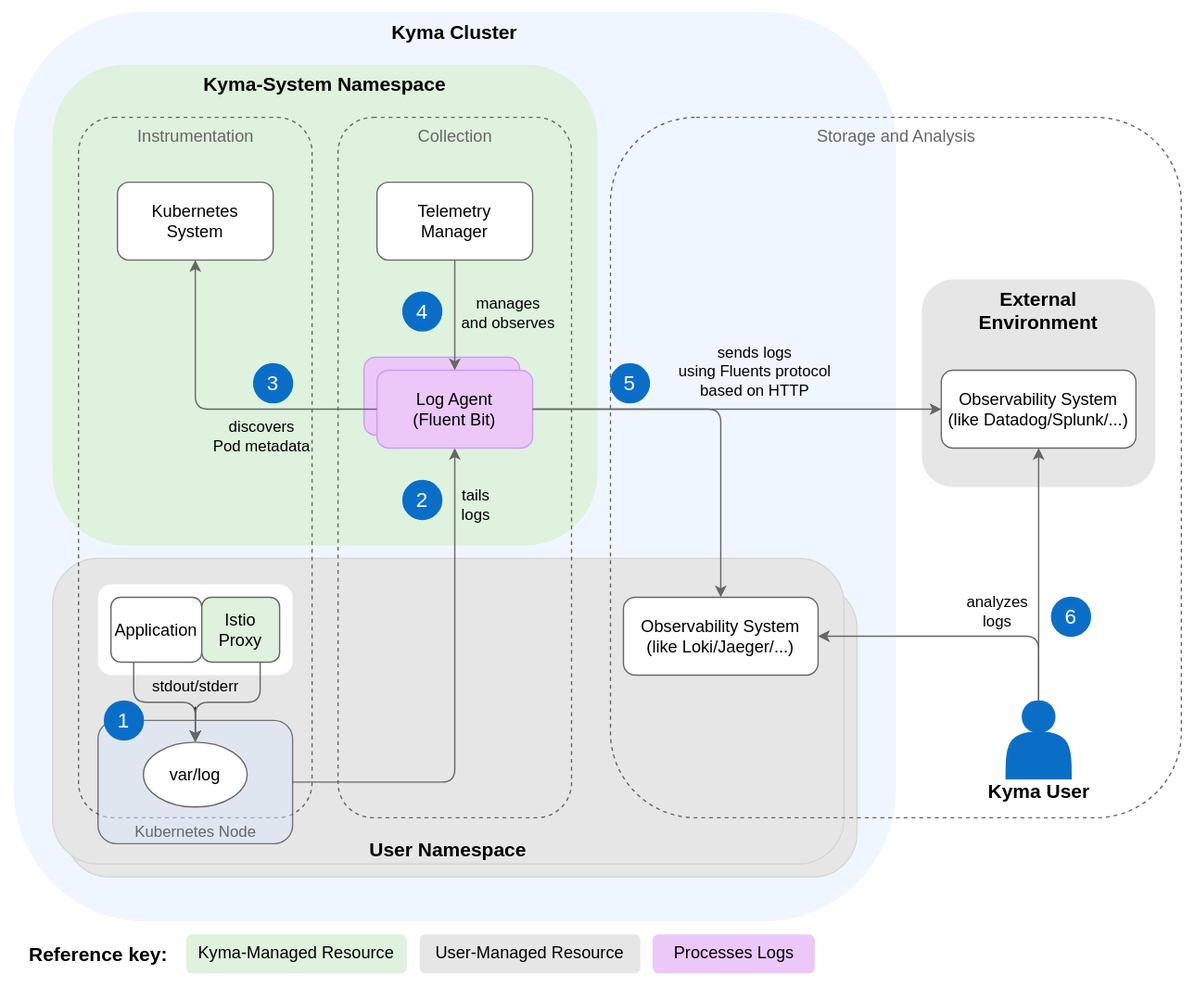
kyma-project/telemetry-manager keeps this draw.io diagram as docs/user/assets/logs-arch.drawio.svg. Above is the earlier version. Source tidied: cells renumbered, new cells last; positions are measured from the earlier drawing's top-left corner, leaving out a move shared by most shapes.
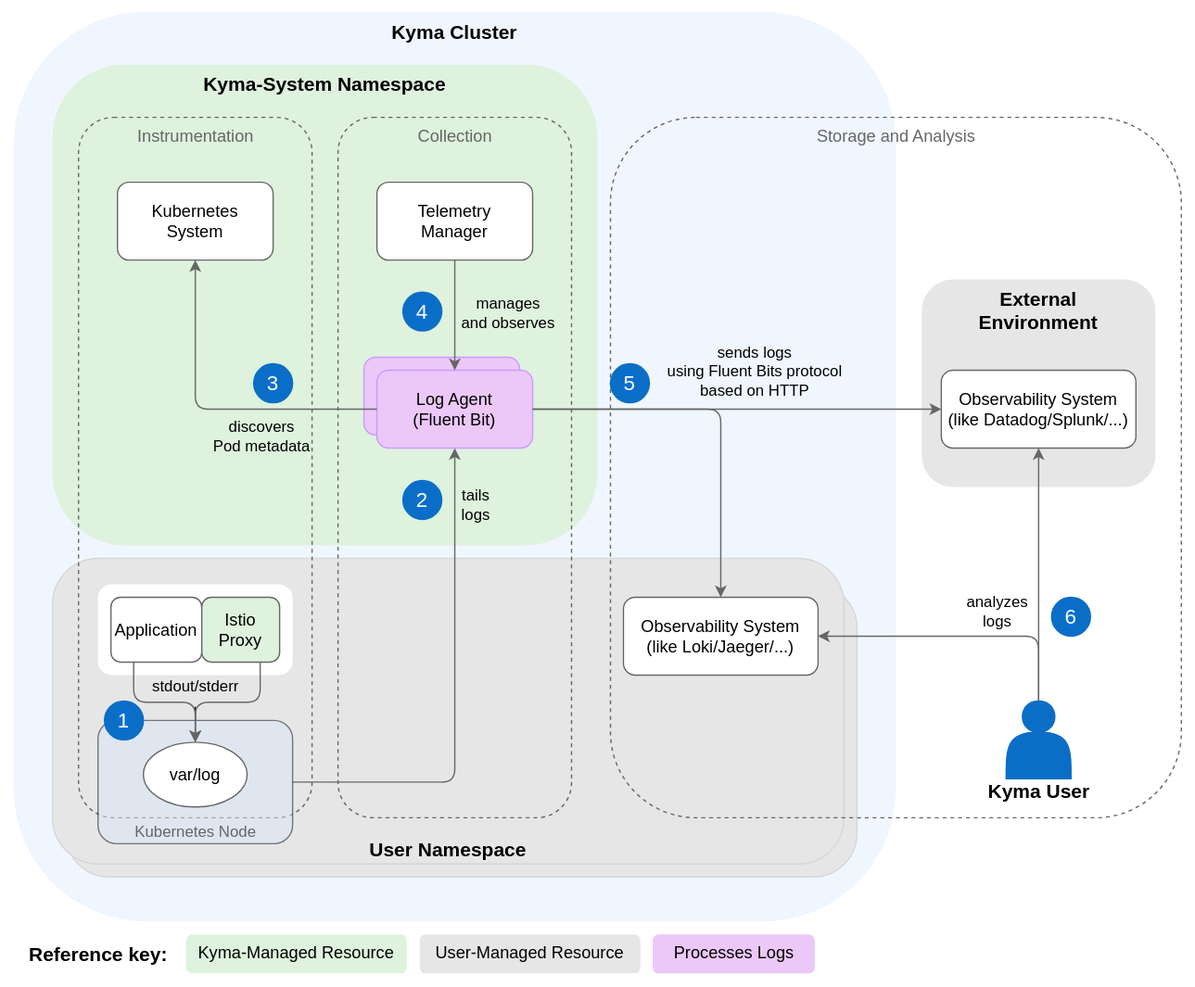
After the commit.

What changed in the source:
```diff
@@ -111,7 +111,7 @@
         </Array>
       </mxGeometry>
     </mxCell>
-    <mxCell id="34" value="sends logs&amp;nbsp;&lt;br style=&quot;font-size: 12px;&quot;&gt;using Fluents protocol&lt;br&gt;based on HTTP" style="edgeLabel;html=1;align=center;verticalAlign=middle;labelBackgroundColor=none;fontSize=12;" parent="33" vertex="1">
+    <mxCell id="34" value="sends logs&amp;nbsp;&lt;br style=&quot;font-size: 12px;&quot;&gt;using Fluent Bits protocol&lt;br&gt;based on HTTP" style="edgeLabel;html=1;align=center;verticalAlign=middle;labelBackgroundColor=none;fontSize=12;" parent="33" vertex="1">
       <mxGeometry x="-0.14" y="-2" relative="1" as="geometry">
         <mxPoint x="34" y="-32" as="offset" />
       </mxGeometry>
```
